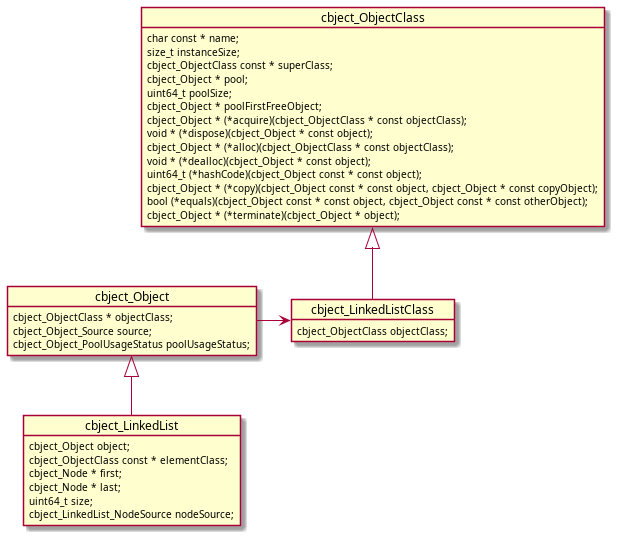
alexmarincu/Cbject keeps this PlantUML diagram as docs/media/diag-linkedList.png. Above is the earlier version.
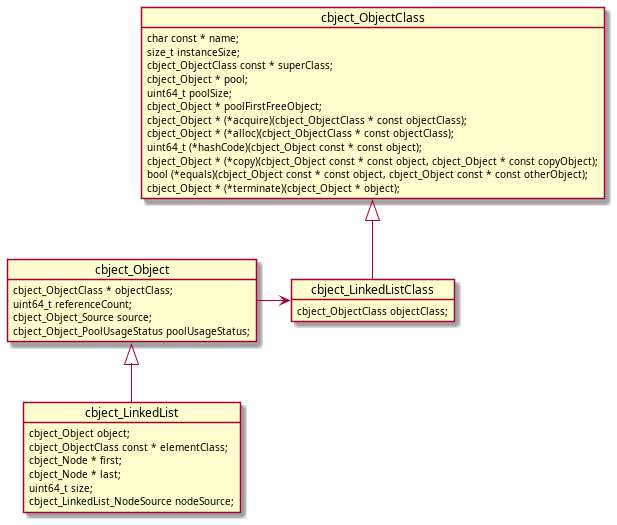
After the change.

Change to the diagram source:
```diff
@@ -12,6 +12,7 @@
 }
 object cbject_Object {
     cbject_ObjectClass * objectClass;
+    uint64_t referenceCount;
     cbject_Object_Source source;
     cbject_Object_PoolUsageStatus poolUsageStatus;
 }
@@ -23,9 +24,7 @@
     uint64_t poolSize;
     cbject_Object * poolFirstFreeObject;
     cbject_Object * (*acquire)(cbject_ObjectClass * const objectClass);
-    void * (*dispose)(cbject_Object * const object);
     cbject_Object * (*alloc)(cbject_ObjectClass * const objectClass);
-    void * (*dealloc)(cbject_Object * const object);
     uint64_t (*hashCode)(cbject_Object const * const object);
     cbject_Object * (*copy)(cbject_Object const * const object, cbject_Object * const copyObject);
     bool (*equals)(cbject_Object const * const object, cbject_Object const * const otherObject);
```
